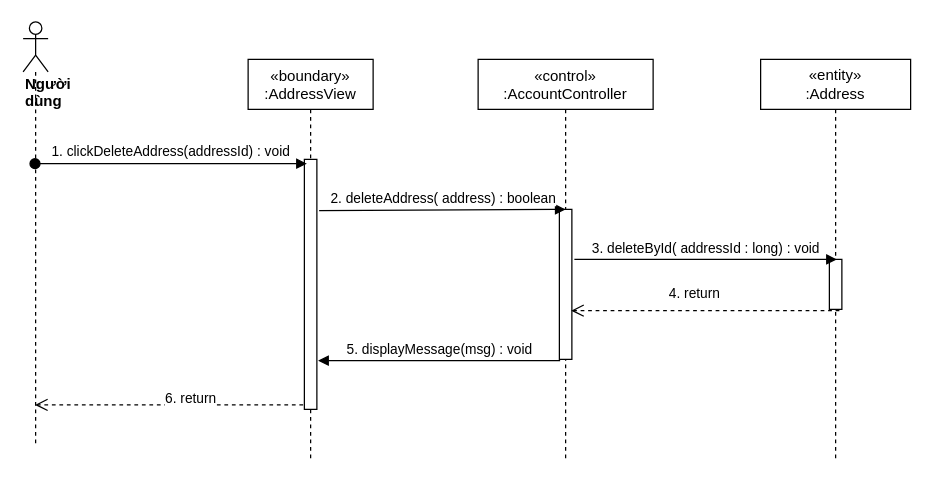
Earlier version of the draw.io diagram sequence diagram/delete-address-sequence.drawio (nguyenphamvan/datn_20202). Source tidied: cells renumbered, new cells numbered last; positions are measured from the earlier drawing's top-left corner, leaving out a move shared by most shapes. Both pictures are drawn from the tidied source at 125%, with x=0, y=0 at pixel (22, 21).
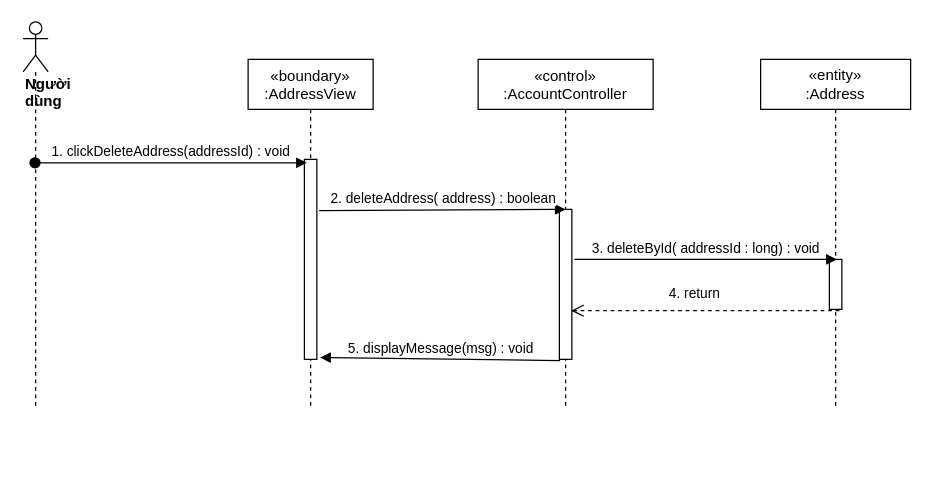
Above is the later version.

Diff of the diagram source:
```diff
@@
 <mxGraphModel>
   <root>
     <mxCell id="0" />
     <mxCell id="1" parent="0" />
     <mxCell id="2" value="«boundary»&#10;:AddressView" style="shape=umlLifeline;perimeter=lifelinePerimeter;rounded=0;shadow=0;strokeWidth=1;" parent="1" vertex="1">
-      <mxGeometry x="180" y="30" width="100" height="320" as="geometry" />
+      <mxGeometry x="180" y="30" width="100" height="280" as="geometry" />
     </mxCell>
     <mxCell id="3" style="html=1;points=[];perimeter=orthogonalPerimeter;" parent="2" vertex="1">
-      <mxGeometry x="45" y="80" width="10" height="200" as="geometry" />
+      <mxGeometry x="45" y="80" width="10" height="160" as="geometry" />
     </mxCell>
     <mxCell id="4" value="«control»&#10;:AccountController" style="shape=umlLifeline;perimeter=lifelinePerimeter;rounded=0;shadow=0;strokeWidth=1;size=40;" parent="1" vertex="1">
-      <mxGeometry x="364" y="30" width="140" height="320" as="geometry" />
+      <mxGeometry x="364" y="30" width="140" height="280" as="geometry" />
     </mxCell>
     <mxCell id="5" style="points=[];perimeter=orthogonalPerimeter;rounded=0;shadow=0;strokeWidth=1;" parent="4" vertex="1">
       <mxGeometry x="65" y="120" width="10" height="120" as="geometry" />
     </mxCell>
     <mxCell id="6" value="&lt;div&gt;&lt;b&gt;Người dùng&lt;/b&gt;&lt;/div&gt;" style="shape=umlLifeline;participant=umlActor;perimeter=lifelinePerimeter;whiteSpace=wrap;html=1;verticalAlign=top;spacingTop=36;outlineConnect=0;align=left;" parent="1" vertex="1">
-      <mxGeometry width="20" height="340" as="geometry" />
+      <mxGeometry width="20" height="310" as="geometry" />
     </mxCell>
     <mxCell id="7" value="1. clickDeleteAddress(addressId) : void" style="html=1;verticalAlign=bottom;startArrow=oval;startFill=1;endArrow=block;startSize=8;entryX=0.2;entryY=0.017;entryDx=0;entryDy=0;entryPerimeter=0;" parent="1" edge="1" source="6" target="3">
       <mxGeometry relative="1" as="geometry" />
     </mxCell>
-    <mxCell id="8" value="2. deleteAddress( address) : boolean" style="html=1;verticalAlign=bottom;endArrow=block;entryX=0.5;entryY=0;entryDx=0;entryDy=0;entryPerimeter=0;exitX=1.18;exitY=0.205;exitDx=0;exitDy=0;exitPerimeter=0;" parent="1" edge="1" source="3" target="5">
+    <mxCell id="8" value="2. deleteAddress( address) : boolean" style="html=1;verticalAlign=bottom;endArrow=block;entryX=0.5;entryY=0;entryDx=0;entryDy=0;entryPerimeter=0;exitX=1.18;exitY=0.256;exitDx=0;exitDy=0;exitPerimeter=0;" parent="1" edge="1" source="3" target="5">
       <mxGeometry relative="1" as="geometry" />
     </mxCell>
     <mxCell id="9" value="&lt;span&gt;«entity»&lt;br&gt;&lt;/span&gt;:Address" style="shape=umlLifeline;perimeter=lifelinePerimeter;whiteSpace=wrap;html=1;" parent="1" vertex="1">
-      <mxGeometry x="590" y="30" width="120" height="320" as="geometry" />
+      <mxGeometry x="590" y="30" width="120" height="280" as="geometry" />
     </mxCell>
     <mxCell id="10" style="points=[];perimeter=orthogonalPerimeter;rounded=0;shadow=0;strokeWidth=1;" parent="9" vertex="1">
       <mxGeometry x="55" y="160" width="10" height="40" as="geometry" />
     </mxCell>
     <mxCell id="11" value="3. deleteById( addressId : long) : void" style="html=1;verticalAlign=bottom;endArrow=block;entryX=0.6;entryY=0;entryDx=0;entryDy=0;entryPerimeter=0;" parent="1" edge="1" target="10">
       <mxGeometry relative="1" as="geometry">
         <mxPoint x="441" y="190" as="sourcePoint" />
       </mxGeometry>
     </mxCell>
     <mxCell id="12" value="4. return" style="html=1;verticalAlign=bottom;endArrow=open;dashed=1;endSize=8;exitX=0.8;exitY=1.025;exitDx=0;exitDy=0;exitPerimeter=0;entryX=0.94;entryY=0.675;entryDx=0;entryDy=0;entryPerimeter=0;" parent="1" edge="1" source="10" target="5">
       <mxGeometry x="0.08" y="-5" relative="1" as="geometry" />
     </mxCell>
-    <mxCell id="13" style="html=1;verticalAlign=bottom;endArrow=open;dashed=1;endSize=8;exitX=-0.1;exitY=0.982;exitDx=0;exitDy=0;exitPerimeter=0;" parent="1" edge="1" source="3" target="6">
-      <mxGeometry relative="1" as="geometry" />
-    </mxCell>
-    <mxCell id="14" value="6. return" style="edgeLabel;html=1;align=center;verticalAlign=middle;" parent="13" vertex="1">
-      <mxGeometry x="-0.15" y="5" relative="1" as="geometry">
-        <mxPoint y="-11" as="offset" />
-      </mxGeometry>
-    </mxCell>
-    <mxCell id="15" value="5. displayMessage(msg) : void" style="html=1;verticalAlign=bottom;endArrow=block;exitX=0.06;exitY=1.008;exitDx=0;exitDy=0;exitPerimeter=0;entryX=1.1;entryY=0.805;entryDx=0;entryDy=0;entryPerimeter=0;" parent="1" edge="1" source="5" target="3">
+    <mxCell id="15" value="5. displayMessage(msg) : void" style="html=1;verticalAlign=bottom;endArrow=block;exitX=0.06;exitY=1.008;exitDx=0;exitDy=0;exitPerimeter=0;entryX=1.26;entryY=0.991;entryDx=0;entryDy=0;entryPerimeter=0;" parent="1" edge="1" source="5" target="3">
       <mxGeometry relative="1" as="geometry" />
     </mxCell>
   </root>
 </mxGraphModel>
```
